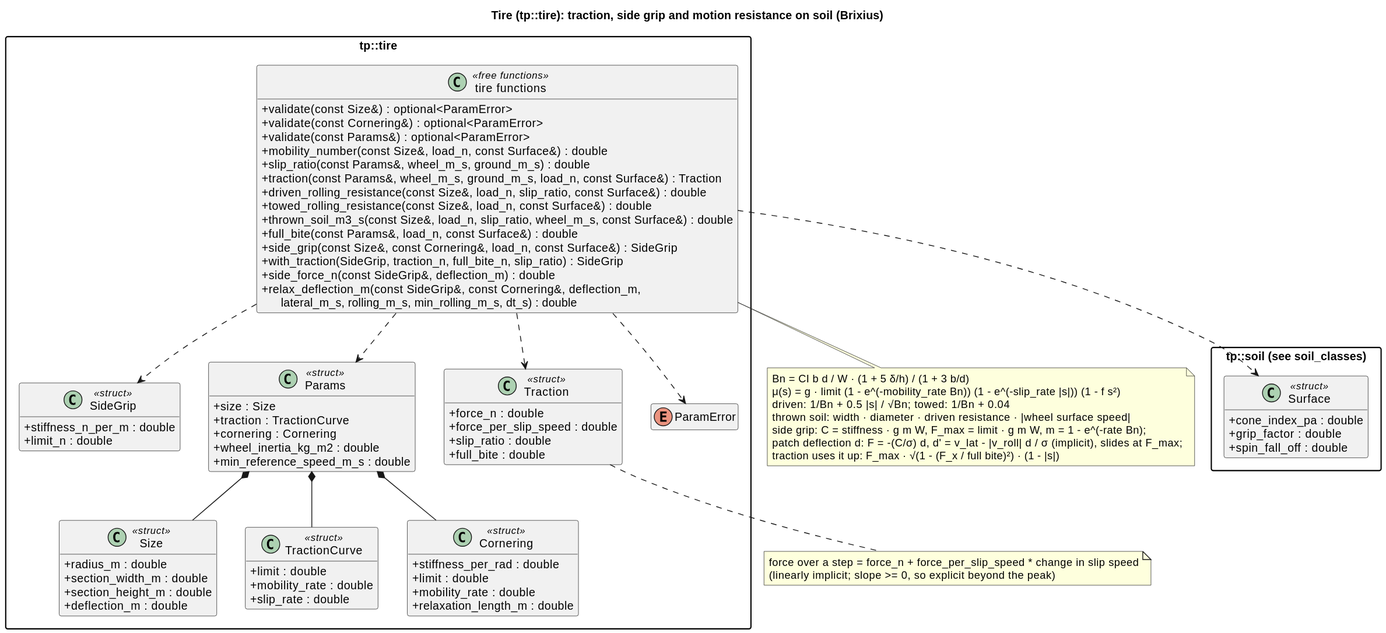
Above: docs/diagrams/svg/tire_classes.svg in wversteeg/TractorPulling (PlantUML), before the change.
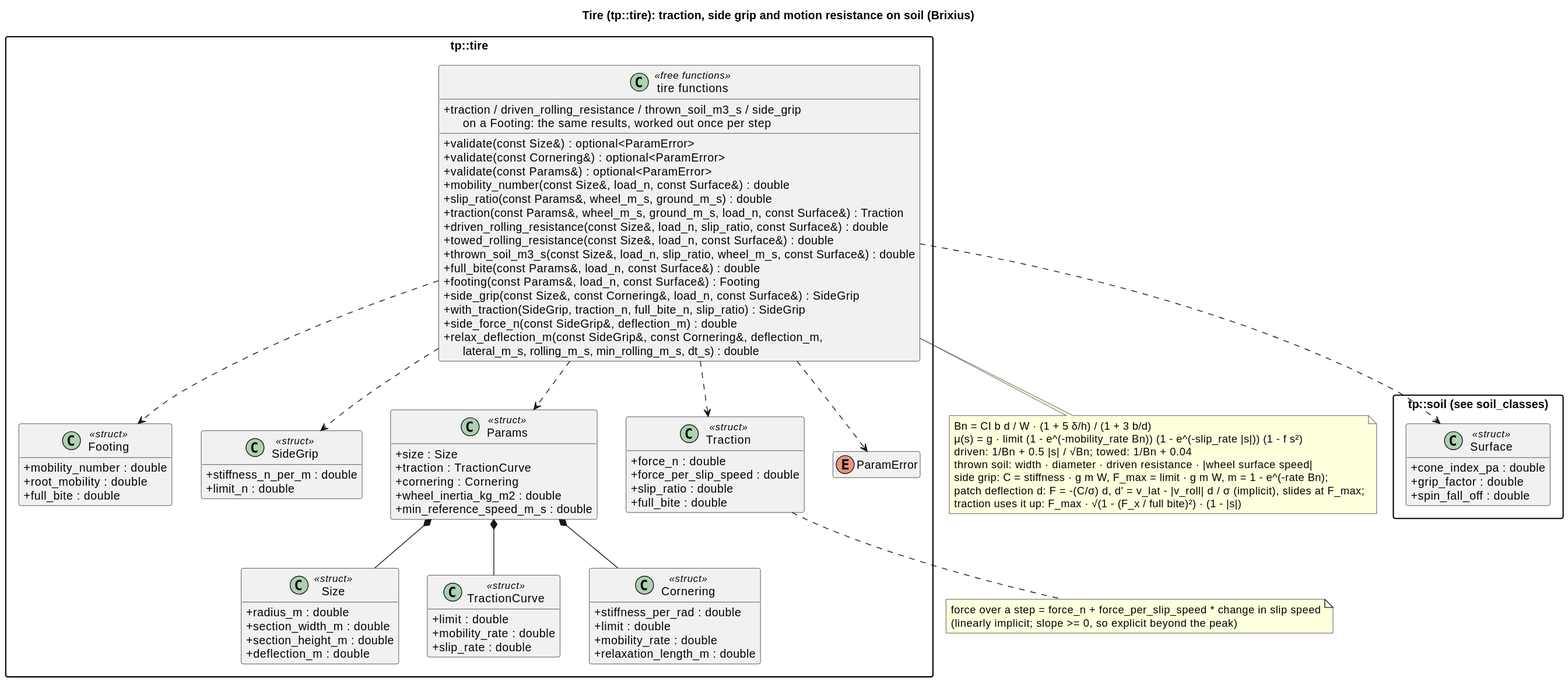
Above is the later version.

The edit, as a diff of the source:
```diff
@@ -30,6 +30,11 @@
     +mobility_rate : double
     +relaxation_length_m : double
   }
+  class Footing <<struct>> {
+    +mobility_number : double
+    +root_mobility : double
+    +full_bite : double
+  }
   class SideGrip <<struct>> {
     +stiffness_n_per_m : double
     +limit_n : double
@@ -59,6 +64,8 @@
     +towed_rolling_resistance(const Size&, load_n, const Surface&) : double
     +thrown_soil_m3_s(const Size&, load_n, slip_ratio, wheel_m_s, const Surface&) : double
     +full_bite(const Params&, load_n, const Surface&) : double
+    +footing(const Params&, load_n, const Surface&) : Footing
+    +traction / driven_rolling_resistance / thrown_soil_m3_s / side_grip\n      on a Footing: the same results, worked out once per step
     +side_grip(const Size&, const Cornering&, load_n, const Surface&) : SideGrip
     +with_traction(SideGrip, traction_n, full_bite_n, slip_ratio) : SideGrip
     +side_force_n(const SideGrip&, deflection_m) : double
@@ -68,6 +75,7 @@
   Params *-- TractionCurve
   Params *-- Cornering
   TireFns ..> SideGrip
+  TireFns ..> Footing
   TireFns ..> Params
   TireFns ..> Traction
   TireFns ..> ParamError
```
